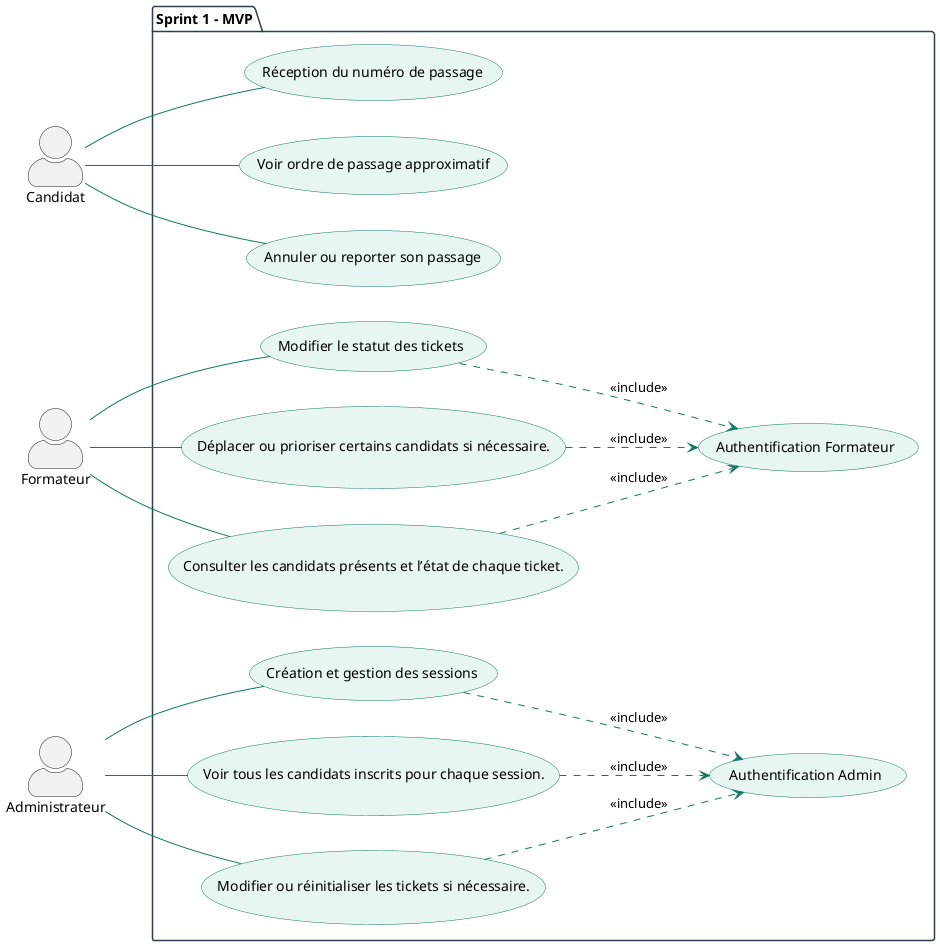
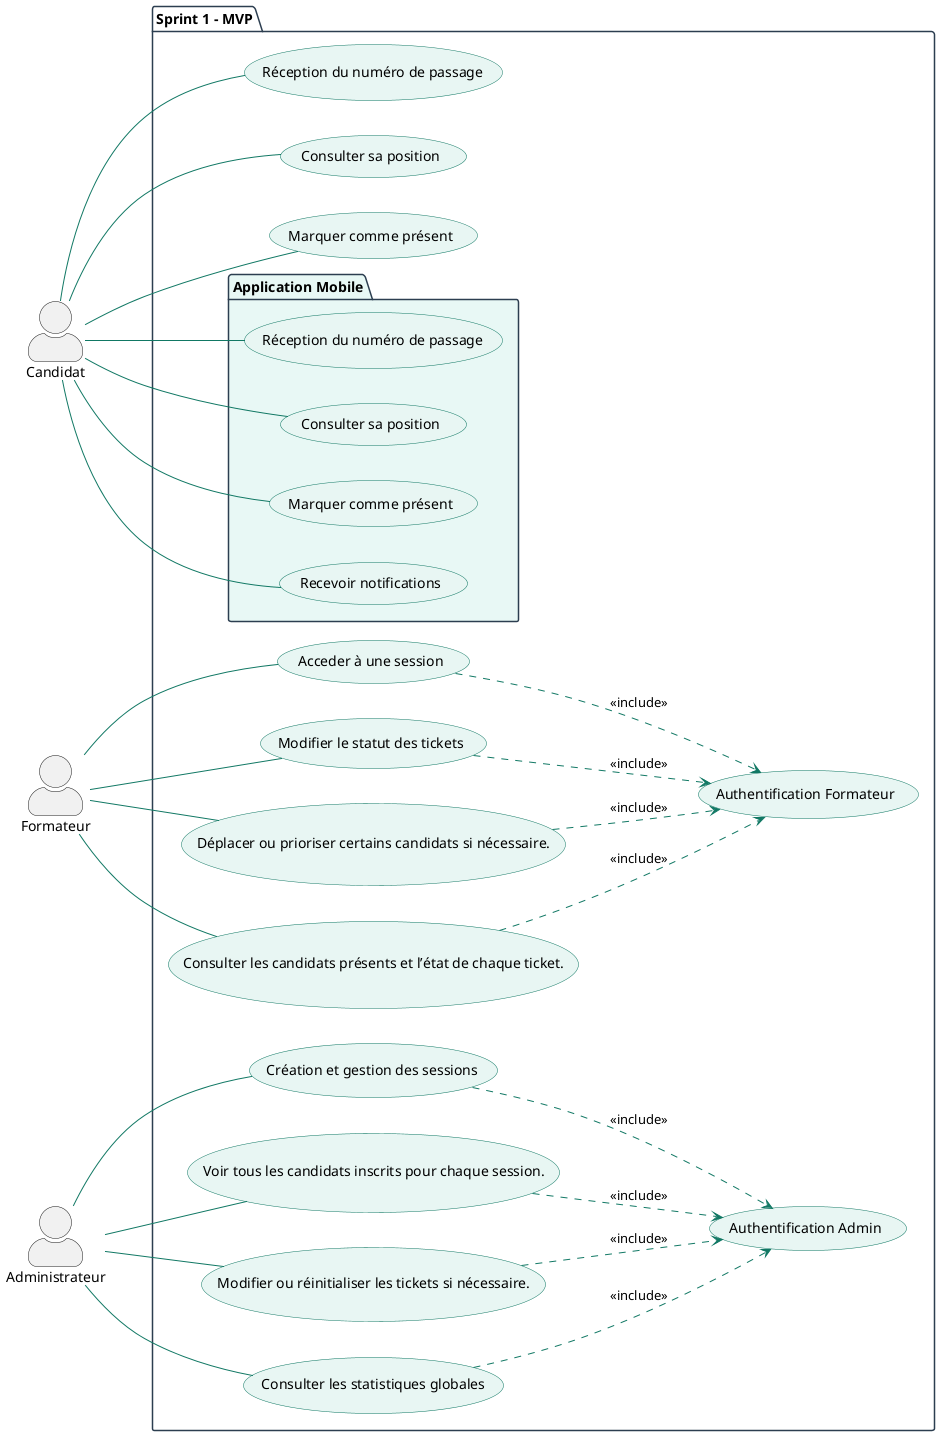
@startuml QueueManagement_Sprint1
skinparam actorStyle awesome
left to right direction

skinparam package {
    BackgroundColor White
    BorderColor #2C3E50
}

skinparam usecase {
    BackgroundColor #E8F6F3
    BorderColor #117864
    ArrowColor #117864
}

actor "Candidat" as C
actor "Formateur" as F
actor "Administrateur" as Admin

package "Sprint 1 – MVP" {

    usecase "Réception du numéro de passage" as UC2
-     usecase "Voir ordre de passage approximatif" as UC3
-     usecase "Annuler ou reporter son passage" as UC4
+     usecase "Consulter sa position" as UC3
+     usecase "Marquer comme présent" as UC4

    C -- UC2
    C -- UC3
    C -- UC4


    usecase "Authentification Formateur" as UC5
-     usecase "Modifier le statut des tickets" as UC7
-     usecase "Déplacer ou prioriser certains candidats si nécessaire." as UC8
-     usecase "Consulter les candidats présents et l’état de chaque ticket." as UC9
+     usecase "Acceder à une session" as UC7
+     usecase "Modifier le statut des tickets" as UC8
+     usecase "Déplacer ou prioriser certains candidats si nécessaire." as UC9
+     usecase "Consulter les candidats présents et l’état de chaque ticket." as UC10



    F -- UC7
    F -- UC8
    F -- UC9
+     F -- UC10

    UC7 ..> UC5 : <<include>>
    UC8 ..> UC5 : <<include>>
    UC9 ..> UC5 : <<include>>
+     UC10 ..> UC5 : <<include>>

    usecase "Authentification Admin" as UCA1
    usecase "Création et gestion des sessions" as UCA2
    usecase "Voir tous les candidats inscrits pour chaque session." as UCA3
    usecase "Modifier ou réinitialiser les tickets si nécessaire." as UCA4
+     usecase "Consulter les statistiques globales" as UCA5
+ 

    Admin -- UCA2
    Admin -- UCA3
    Admin -- UCA4
+     Admin -- UCA5
    UCA2 ..> UCA1 : <<include>>
    UCA3 ..> UCA1 : <<include>>
    UCA4 ..> UCA1 : <<include>>
+     UCA5 ..> UCA1 : <<include>>
+ 
+     package "Application Mobile" #E8F8F5 {
+         usecase "Réception du numéro de passage" as M1
+         usecase "Consulter sa position" as M2
+         usecase "Marquer comme présent" as M3
+         usecase "Recevoir notifications" as M4
+ 
+ 
+         C -- M1
+         C -- M2
+         C -- M3
+         C -- M4
+     }
}

@enduml